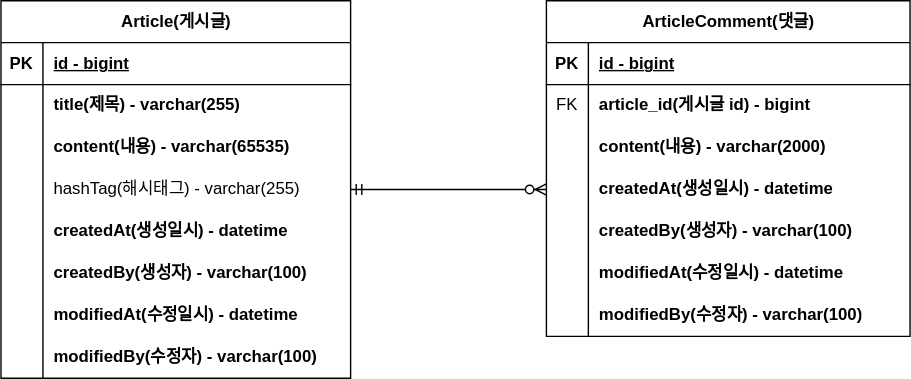
Above: document/project-board-erd.svg in khie74/fastcampus-project-board (draw.io), before the change. Source tidied: cells renumbered, new cells last; positions are measured from the earlier drawing's top-left corner, leaving out a move shared by most shapes.
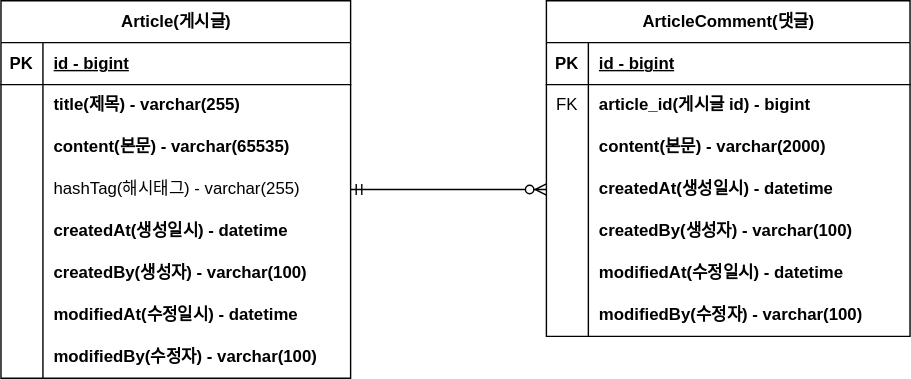
Above is the later version.

Commit message:
#10 - ERD 주석 업데이트 project-board-erd.svg 업데이트

Diff of the diagram source:
```diff
@@ -29,7 +29,7 @@
     <mxCell id="10" style="shape=partialRectangle;fillColor=none;top=0;left=0;bottom=0;right=0;overflow=hidden;whiteSpace=wrap;html=1;" parent="9" vertex="1">
       <mxGeometry width="30" height="30" as="geometry" />
     </mxCell>
-    <mxCell id="11" value="&lt;b&gt;content(내용) - varchar(65535)&lt;/b&gt;" style="shape=partialRectangle;fillColor=none;top=0;left=0;bottom=0;right=0;align=left;spacingLeft=6;overflow=hidden;whiteSpace=wrap;html=1;" parent="9" vertex="1">
+    <mxCell id="11" value="&lt;b&gt;content(본문) - varchar(65535)&lt;/b&gt;" style="shape=partialRectangle;fillColor=none;top=0;left=0;bottom=0;right=0;align=left;spacingLeft=6;overflow=hidden;whiteSpace=wrap;html=1;" parent="9" vertex="1">
       <mxGeometry x="30" width="220" height="30" as="geometry" />
     </mxCell>
     <mxCell id="12" style="shape=tableRow;horizontal=0;startSize=0;swimlaneHead=0;swimlaneBody=0;fillColor=none;points=[[0,0.5],[1,0.5]];portConstraint=eastwest;top=0;left=0;right=0;bottom=0;" parent="2" vertex="1">
@@ -104,7 +104,7 @@
     <mxCell id="35" style="shape=partialRectangle;fillColor=none;top=0;left=0;bottom=0;right=0;overflow=hidden;whiteSpace=wrap;html=1;" parent="34" vertex="1">
       <mxGeometry width="30" height="30" as="geometry" />
     </mxCell>
-    <mxCell id="36" value="&lt;b&gt;content(내용) - varchar(2000)&lt;/b&gt;" style="shape=partialRectangle;fillColor=none;top=0;left=0;bottom=0;right=0;align=left;spacingLeft=6;overflow=hidden;whiteSpace=wrap;html=1;" parent="34" vertex="1">
+    <mxCell id="36" value="&lt;b&gt;content(본문) - varchar(2000)&lt;/b&gt;" style="shape=partialRectangle;fillColor=none;top=0;left=0;bottom=0;right=0;align=left;spacingLeft=6;overflow=hidden;whiteSpace=wrap;html=1;" parent="34" vertex="1">
       <mxGeometry x="30" width="230" height="30" as="geometry" />
     </mxCell>
     <mxCell id="37" style="shape=tableRow;horizontal=0;startSize=0;swimlaneHead=0;swimlaneBody=0;fillColor=none;points=[[0,0.5],[1,0.5]];portConstraint=eastwest;top=0;left=0;right=0;bottom=0;" parent="27" vertex="1">
```
